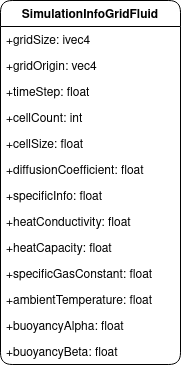
Earlier version of the draw.io export obrazky-figures/SimulationInfoGridFluid.png (Nirvanios/Master-Thesis-doc). Source tidied: cells renumbered, new cells last; positions are measured from the earlier drawing's top-left corner, leaving out a move shared by most shapes. Source of this version:
```xml
<mxGraphModel>
  <root>
    <mxCell id="0" />
    <mxCell id="1" parent="0" />
    <mxCell id="2" value="SimulationInfoGridFluid" style="swimlane;fontStyle=1;horizontal=1;startSize=26;fillColor=none;rounded=1;" parent="1" vertex="1">
      <mxGeometry width="180" height="364" as="geometry" />
    </mxCell>
    <mxCell id="3" value="+gridSize: ivec4" style="text;strokeColor=none;fillColor=none;align=left;verticalAlign=top;spacingLeft=4;spacingRight=4;overflow=hidden;" parent="2" vertex="1">
      <mxGeometry y="26" width="180" height="26" as="geometry" />
    </mxCell>
    <mxCell id="4" value="+gridOrigin: vec4" style="text;strokeColor=none;fillColor=none;align=left;verticalAlign=top;spacingLeft=4;spacingRight=4;overflow=hidden;" parent="2" vertex="1">
      <mxGeometry y="52" width="180" height="26" as="geometry" />
    </mxCell>
    <mxCell id="5" value="+timeStep: float" style="text;strokeColor=none;fillColor=none;align=left;verticalAlign=top;spacingLeft=4;spacingRight=4;overflow=hidden;" parent="2" vertex="1">
      <mxGeometry y="78" width="180" height="26" as="geometry" />
    </mxCell>
    <mxCell id="6" value="+cellCount: int" style="text;strokeColor=none;fillColor=none;align=left;verticalAlign=top;spacingLeft=4;spacingRight=4;overflow=hidden;" parent="2" vertex="1">
      <mxGeometry y="104" width="180" height="26" as="geometry" />
    </mxCell>
    <mxCell id="7" value="+cellSize: float" style="text;strokeColor=none;fillColor=none;align=left;verticalAlign=top;spacingLeft=4;spacingRight=4;overflow=hidden;" parent="2" vertex="1">
      <mxGeometry y="130" width="180" height="26" as="geometry" />
    </mxCell>
    <mxCell id="8" value="+diffusionCoefficient: float" style="text;strokeColor=none;fillColor=none;align=left;verticalAlign=top;spacingLeft=4;spacingRight=4;overflow=hidden;" parent="2" vertex="1">
      <mxGeometry y="156" width="180" height="26" as="geometry" />
    </mxCell>
    <mxCell id="9" value="+specificInfo: float" style="text;strokeColor=none;fillColor=none;align=left;verticalAlign=top;spacingLeft=4;spacingRight=4;overflow=hidden;" parent="2" vertex="1">
      <mxGeometry y="182" width="180" height="26" as="geometry" />
    </mxCell>
    <mxCell id="10" value="+heatConductivity: float" style="text;strokeColor=none;fillColor=none;align=left;verticalAlign=top;spacingLeft=4;spacingRight=4;overflow=hidden;" parent="2" vertex="1">
      <mxGeometry y="208" width="180" height="26" as="geometry" />
    </mxCell>
    <mxCell id="11" value="+heatCapacity: float" style="text;strokeColor=none;fillColor=none;align=left;verticalAlign=top;spacingLeft=4;spacingRight=4;overflow=hidden;" parent="2" vertex="1">
      <mxGeometry y="234" width="180" height="26" as="geometry" />
    </mxCell>
    <mxCell id="12" value="+specificGasConstant: float" style="text;strokeColor=none;fillColor=none;align=left;verticalAlign=top;spacingLeft=4;spacingRight=4;overflow=hidden;" parent="2" vertex="1">
      <mxGeometry y="260" width="180" height="26" as="geometry" />
    </mxCell>
    <mxCell id="13" value="+ambientTemperature: float" style="text;strokeColor=none;fillColor=none;align=left;verticalAlign=top;spacingLeft=4;spacingRight=4;overflow=hidden;" parent="2" vertex="1">
      <mxGeometry y="286" width="180" height="26" as="geometry" />
    </mxCell>
    <mxCell id="14" value="+buoyancyAlpha: float" style="text;strokeColor=none;fillColor=none;align=left;verticalAlign=top;spacingLeft=4;spacingRight=4;overflow=hidden;" parent="2" vertex="1">
      <mxGeometry y="312" width="180" height="26" as="geometry" />
    </mxCell>
    <mxCell id="15" value="+buoyancyBeta: float" style="text;strokeColor=none;fillColor=none;align=left;verticalAlign=top;spacingLeft=4;spacingRight=4;overflow=hidden;" parent="2" vertex="1">
      <mxGeometry y="338" width="180" height="26" as="geometry" />
    </mxCell>
  </root>
</mxGraphModel>
```
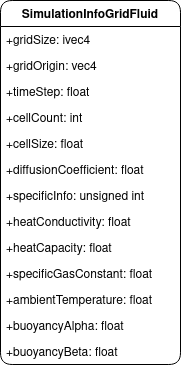
After the commit.

Diff of the diagram source:
```diff
@@ -23,7 +23,7 @@
     <mxCell id="8" value="+diffusionCoefficient: float" style="text;strokeColor=none;fillColor=none;align=left;verticalAlign=top;spacingLeft=4;spacingRight=4;overflow=hidden;" parent="2" vertex="1">
       <mxGeometry y="156" width="180" height="26" as="geometry" />
     </mxCell>
-    <mxCell id="9" value="+specificInfo: float" style="text;strokeColor=none;fillColor=none;align=left;verticalAlign=top;spacingLeft=4;spacingRight=4;overflow=hidden;" parent="2" vertex="1">
+    <mxCell id="9" value="+specificInfo: unsigned int" style="text;strokeColor=none;fillColor=none;align=left;verticalAlign=top;spacingLeft=4;spacingRight=4;overflow=hidden;" parent="2" vertex="1">
       <mxGeometry y="182" width="180" height="26" as="geometry" />
     </mxCell>
     <mxCell id="10" value="+heatConductivity: float" style="text;strokeColor=none;fillColor=none;align=left;verticalAlign=top;spacingLeft=4;spacingRight=4;overflow=hidden;" parent="2" vertex="1">
```
